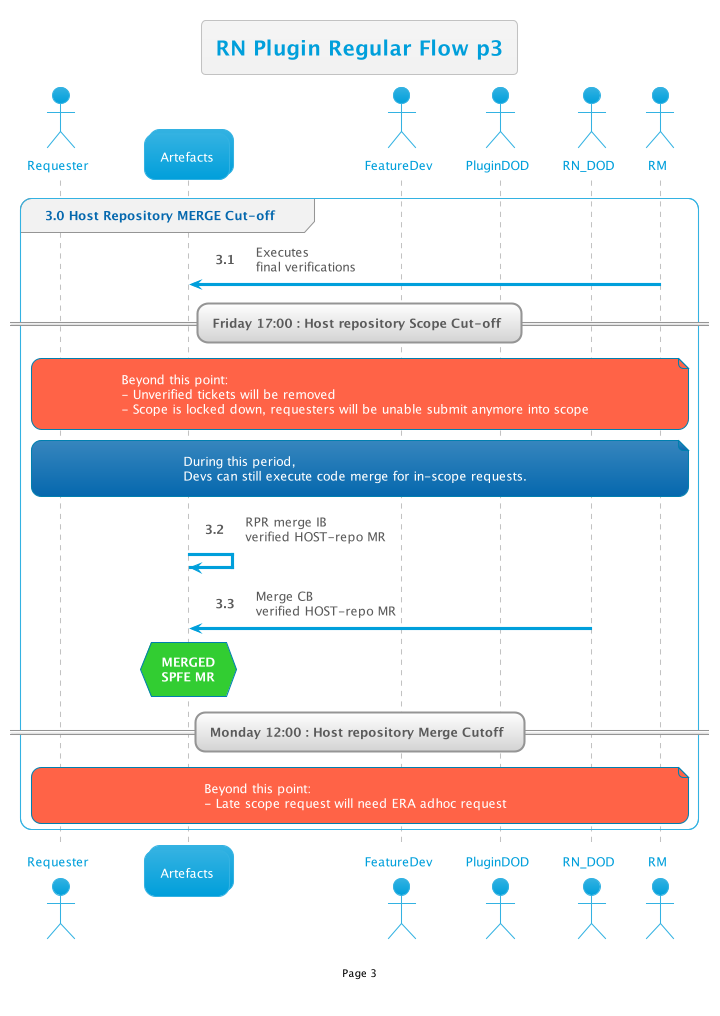
Above: out/RNReview/RegularFlow/3/3.png in thetomitomo/diagrams (PlantUML), before the change.
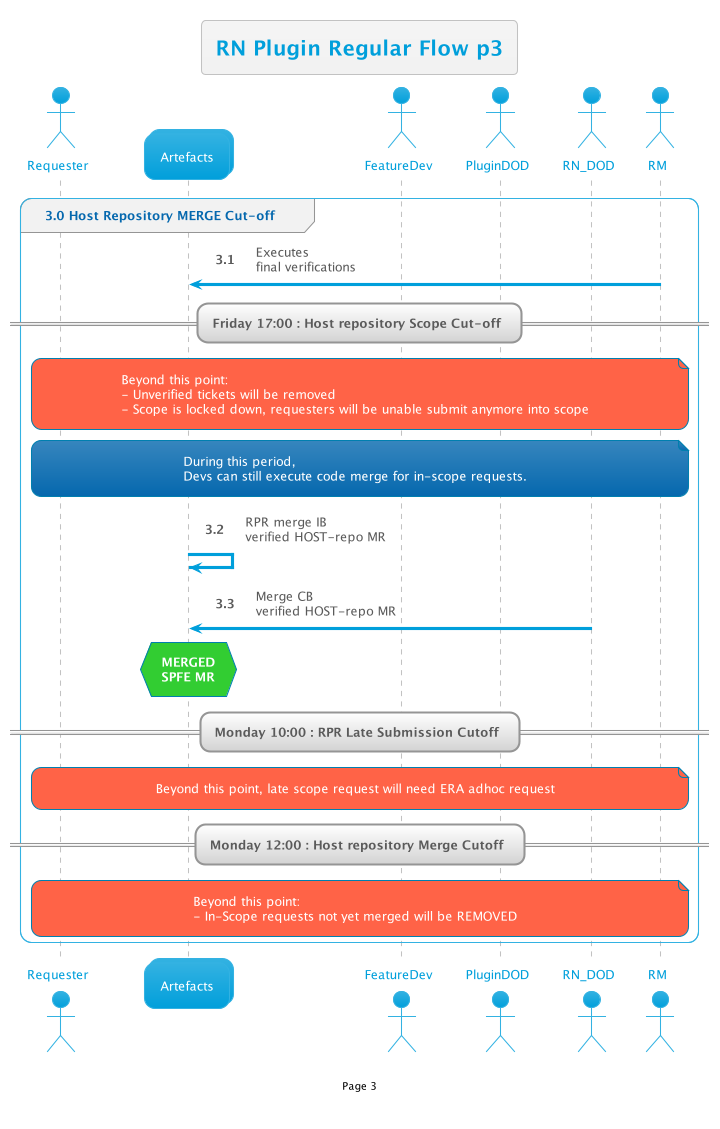
Later version of the same file.

Change to the diagram source:
```diff
@@ -17,9 +17,13 @@
 
     hnote over Art#LimeGreen:<b>MERGED\n<b>SPFE MR
 
+    == Monday 10:00 : RPR Late Submission Cutoff ==
+
+    note over req,RM#Tomato: Beyond this point, late scope request will need ERA adhoc request
+
     == Monday 12:00 : Host repository Merge Cutoff ==
 
-    note over req,RM#Tomato: Beyond this point:\n- Late scope request will need ERA adhoc request
+    note over req,RM#Tomato: Beyond this point:\n- In-Scope requests not yet merged will be REMOVED
 
 end
 
```
